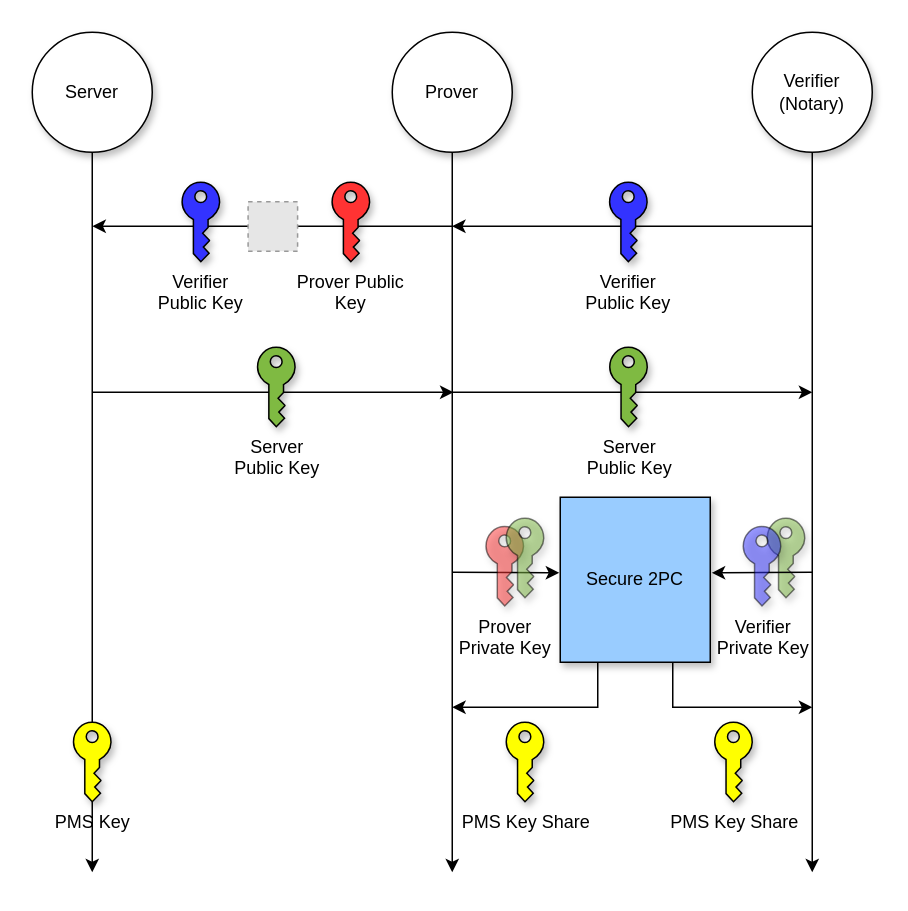
Before: diagrams/key_exchange.drawio in tlsnotary/docs-mdbook, a draw.io diagram. Source tidied: cells renumbered, new cells numbered last; positions are measured from the earlier drawing's top-left corner, leaving out a move shared by most shapes. Both pictures are drawn from the tidied source at 150%, with x=0, y=0 at pixel (32, 32). Pictures stored in the file or linked from it are replaced by grey dashed boxes.
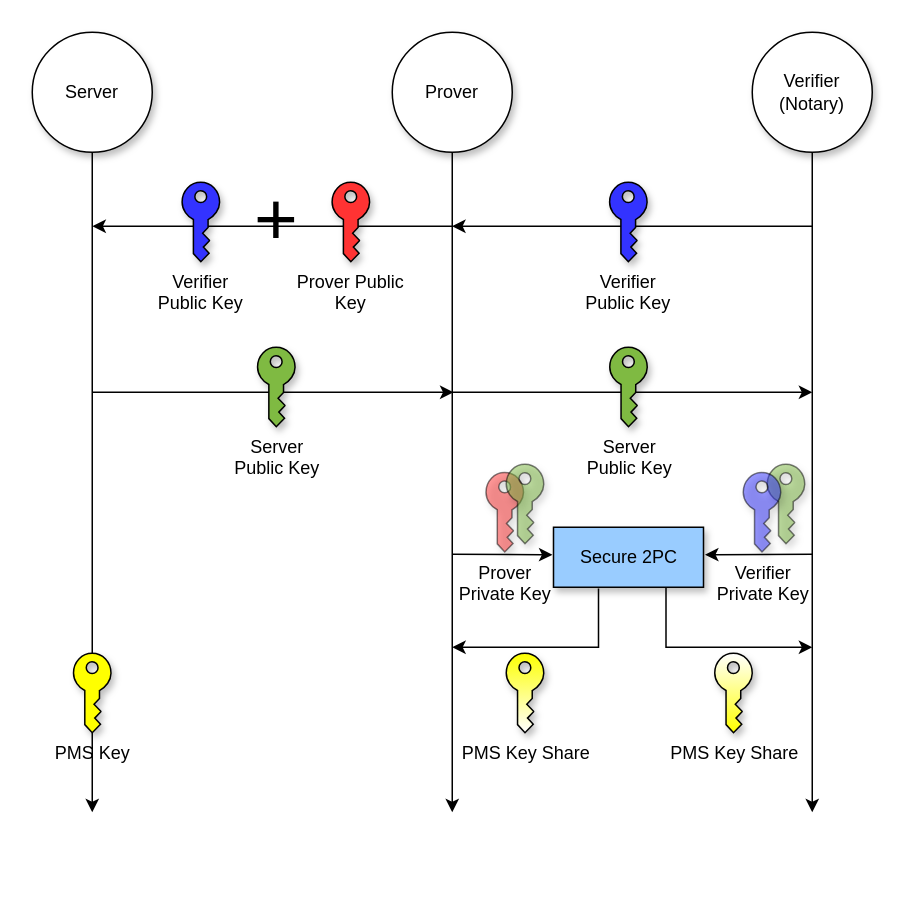
After the change.

Commit message (it also covers changes not shown here):
Improved key exchange diagram

The change refers to these unchanged cells:
```xml
<mxCell id="4" value="Prover" style="ellipse;whiteSpace=wrap;html=1;shadow=1;" parent="1" vertex="1">
  <mxGeometry x="240" width="80" height="80" as="geometry" />
</mxCell>
<mxCell id="8" value="Verifier&lt;br&gt;(Notary)" style="ellipse;whiteSpace=wrap;html=1;shadow=1;" parent="1" vertex="1">
  <mxGeometry x="480" width="80" height="80" as="geometry" />
</mxCell>
```

The edit, as a diff of the source:
```diff
@@
     <mxCell id="2" style="sketch=0;shadow=1;dashed=0;html=1;strokeColor=default;labelPosition=center;verticalLabelPosition=bottom;verticalAlign=top;align=center;shape=mxgraph.office.security.key_permissions;fillColor=#7FBA42;opacity=50;fontStyle=1;" parent="1" vertex="1">
-      <mxGeometry x="490" y="324" width="25" height="53" as="geometry" />
+      <mxGeometry x="490" y="288" width="25" height="53" as="geometry" />
     </mxCell>
     <mxCell id="3" style="edgeStyle=orthogonalEdgeStyle;rounded=0;jettySize=auto;html=1;" parent="1" edge="1" source="4">
       <mxGeometry relative="1" as="geometry">
-        <mxPoint x="280" y="560" as="targetPoint" />
+        <mxPoint x="280" y="520" as="targetPoint" />
       </mxGeometry>
     </mxCell>
@@
     <mxCell id="5" style="edgeStyle=orthogonalEdgeStyle;rounded=0;jettySize=auto;html=1;startArrow=none;" parent="1" edge="1" source="29">
       <mxGeometry relative="1" as="geometry">
-        <mxPoint x="40" y="560" as="targetPoint" />
+        <mxPoint x="40" y="520" as="targetPoint" />
       </mxGeometry>
     </mxCell>
@@
     <mxCell id="7" style="edgeStyle=orthogonalEdgeStyle;rounded=0;jettySize=auto;html=1;" parent="1" edge="1" source="8">
       <mxGeometry relative="1" as="geometry">
-        <mxPoint x="520" y="560" as="targetPoint" />
+        <mxPoint x="520" y="520" as="targetPoint" />
       </mxGeometry>
     </mxCell>
@@
-    <mxCell id="18" style="fillColor=#E6E6E6;strokeColor=#999999;dashed=1;html=1;verticalAlign=top;verticalLabelPosition=bottom;labelBackgroundColor=#ffffff;" parent="1" vertex="1">
-      <mxGeometry x="143.9" y="113" width="33" height="33" as="geometry" />
-    </mxCell>
-    <mxCell id="19" style="edgeStyle=orthogonalEdgeStyle;rounded=0;jettySize=auto;html=1;exitX=0.25;exitY=1;exitDx=0;exitDy=0;" parent="1" edge="1" source="21">
+    <mxCell id="19" style="edgeStyle=orthogonalEdgeStyle;rounded=0;jettySize=auto;html=1;exitX=0.3;exitY=1.02;exitDx=0;exitDy=0;exitPerimeter=0;" parent="1" edge="1" source="21">
       <mxGeometry relative="1" as="geometry">
-        <mxPoint x="280" y="450" as="targetPoint" />
+        <mxPoint x="280" y="410" as="targetPoint" />
         <Array as="points">
-          <mxPoint x="377" y="450" />
+          <mxPoint x="378" y="410" />
         </Array>
       </mxGeometry>
     </mxCell>
     <mxCell id="20" style="edgeStyle=orthogonalEdgeStyle;rounded=0;jettySize=auto;html=1;exitX=0.75;exitY=1;exitDx=0;exitDy=0;" parent="1" edge="1" source="21">
       <mxGeometry relative="1" as="geometry">
-        <mxPoint x="520" y="450" as="targetPoint" />
+        <mxPoint x="520" y="410" as="targetPoint" />
         <Array as="points">
-          <mxPoint x="427" y="450" />
+          <mxPoint x="423" y="410" />
+          <mxPoint x="520" y="410" />
         </Array>
       </mxGeometry>
     </mxCell>
     <mxCell id="21" value="Secure 2PC" style="rounded=0;whiteSpace=wrap;html=1;shadow=1;sketch=0;strokeColor=#000000;fillColor=#99CCFF;" parent="1" vertex="1">
-      <mxGeometry x="352" y="310" width="100" height="110" as="geometry" />
+      <mxGeometry x="347.5" y="330" width="100" height="40" as="geometry" />
     </mxCell>
-    <mxCell id="22" style="endArrow=classic;html=1;rounded=0;entryX=1.01;entryY=0.458;entryDx=0;entryDy=0;entryPerimeter=0;" parent="1" edge="1" target="21">
-      <mxGeometry relative="1" as="geometry">
-        <mxPoint x="520" y="360" as="sourcePoint" />
-      </mxGeometry>
-    </mxCell>
     <mxCell id="23" style="endArrow=classic;html=1;rounded=0;entryX=-0.007;entryY=0.458;entryDx=0;entryDy=0;entryPerimeter=0;" parent="1" edge="1" target="21">
       <mxGeometry relative="1" as="geometry">
-        <mxPoint x="280" y="360" as="sourcePoint" />
+        <mxPoint x="280" y="348" as="sourcePoint" />
       </mxGeometry>
     </mxCell>
-    <mxCell id="24" value="PMS Key Share" style="sketch=0;shadow=1;dashed=0;html=1;strokeColor=default;labelPosition=center;verticalLabelPosition=bottom;verticalAlign=top;align=center;shape=mxgraph.office.security.key_permissions;fillColor=#FFFF00;" parent="1" vertex="1">
-      <mxGeometry x="316" y="460" width="25" height="53" as="geometry" />
+    <mxCell id="24" value="PMS Key Share" style="sketch=0;shadow=1;dashed=0;html=1;strokeColor=default;labelPosition=center;verticalLabelPosition=bottom;verticalAlign=top;align=center;shape=mxgraph.office.security.key_permissions;fillColor=#fdff01;fillStyle=solid;gradientColor=#FFFFFF;" parent="1" vertex="1">
+      <mxGeometry x="316" y="414" width="25" height="53" as="geometry" />
     </mxCell>
-    <mxCell id="25" value="PMS Key Share" style="sketch=0;shadow=1;dashed=0;html=1;strokeColor=default;labelPosition=center;verticalLabelPosition=bottom;verticalAlign=top;align=center;shape=mxgraph.office.security.key_permissions;fillColor=#FFFF00;" parent="1" vertex="1">
-      <mxGeometry x="455" y="460" width="25" height="53" as="geometry" />
+    <mxCell id="25" value="PMS Key Share" style="sketch=0;shadow=1;dashed=0;html=1;strokeColor=default;labelPosition=center;verticalLabelPosition=bottom;verticalAlign=top;align=center;shape=mxgraph.office.security.key_permissions;fillColor=#FFFF00;gradientColor=#FFFFFF;gradientDirection=north;" parent="1" vertex="1">
+      <mxGeometry x="455" y="414" width="25" height="53" as="geometry" />
     </mxCell>
     <mxCell id="26" value="Prover&lt;br&gt;Private Key" style="sketch=0;shadow=1;dashed=0;html=1;strokeColor=default;labelPosition=center;verticalLabelPosition=bottom;verticalAlign=top;align=center;shape=mxgraph.office.security.key_permissions;fillColor=#FF3333;opacity=50;" parent="1" vertex="1">
-      <mxGeometry x="302.5" y="329.5" width="25" height="53" as="geometry" />
+      <mxGeometry x="302.5" y="293.5" width="25" height="53" as="geometry" />
     </mxCell>
     <mxCell id="27" value="Verifier&lt;br&gt;Private Key" style="sketch=0;shadow=1;dashed=0;html=1;strokeColor=default;labelPosition=center;verticalLabelPosition=bottom;verticalAlign=top;align=center;shape=mxgraph.office.security.key_permissions;fillColor=#3333FF;opacity=50;" parent="1" vertex="1">
-      <mxGeometry x="474" y="329.5" width="25" height="53" as="geometry" />
+      <mxGeometry x="474" y="293.5" width="25" height="53" as="geometry" />
     </mxCell>
     <mxCell id="28" style="sketch=0;shadow=1;dashed=0;html=1;strokeColor=default;labelPosition=center;verticalLabelPosition=bottom;verticalAlign=top;align=center;shape=mxgraph.office.security.key_permissions;fillColor=#7FBA42;opacity=50;" parent="1" vertex="1">
-      <mxGeometry x="316" y="324" width="25" height="53" as="geometry" />
+      <mxGeometry x="316" y="288" width="25" height="53" as="geometry" />
     </mxCell>
     <mxCell id="29" value="PMS Key" style="sketch=0;shadow=1;dashed=0;html=1;strokeColor=default;labelPosition=center;verticalLabelPosition=bottom;verticalAlign=top;outlineConnect=0;align=center;shape=mxgraph.office.security.key_permissions;fillColor=#FFFF00;" parent="1" vertex="1">
-      <mxGeometry x="27.5" y="460" width="25" height="53" as="geometry" />
+      <mxGeometry x="27.5" y="414" width="25" height="53" as="geometry" />
     </mxCell>
@@
+    <mxCell id="31" style="endArrow=classic;html=1;rounded=0;entryX=1.01;entryY=0.458;entryDx=0;entryDy=0;entryPerimeter=0;" parent="1" edge="1" target="21">
+      <mxGeometry relative="1" as="geometry">
+        <mxPoint x="520" y="348" as="sourcePoint" />
+      </mxGeometry>
+    </mxCell>
+    <mxCell id="32" value="&lt;font style=&quot;font-size: 50px;&quot;&gt;+&lt;/font&gt;" style="text;strokeColor=none;align=center;fillColor=none;html=1;verticalAlign=middle;whiteSpace=wrap;rounded=0;fillStyle=solid;fontSize=50;" parent="1" vertex="1">
+      <mxGeometry x="142.9" y="99" width="39.8" height="50" as="geometry" />
+    </mxCell>
```
